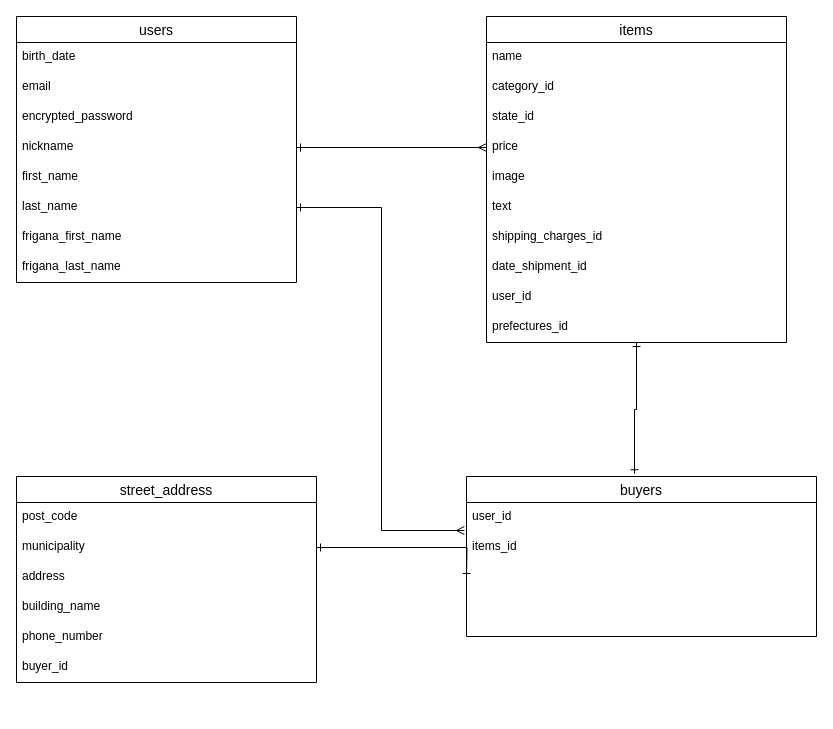
The draw.io diagram furima.dio in junkobayashi11/furima-33993, before the edit. Source tidied: cells renumbered, new cells numbered last; positions are measured from the earlier drawing's top-left corner, leaving out a move shared by most shapes. Both pictures are drawn from the tidied source at 100%, with x=0, y=0 at pixel (16, 16).
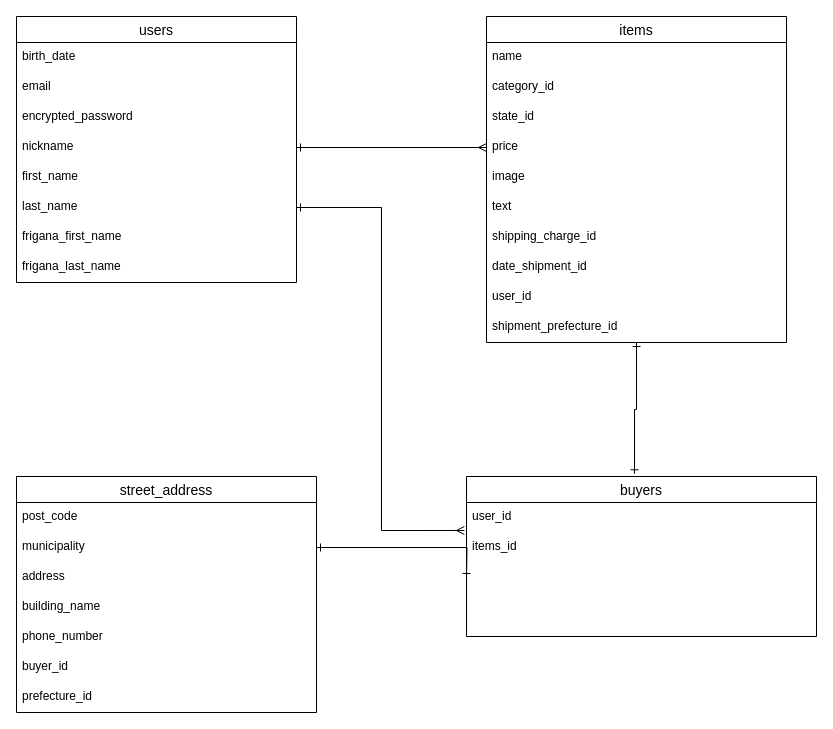
After the change.

Commit message (it also covers changes not shown here):
テーブル名を複数形に変更

The change refers to these unchanged cells:
```xml
<mxCell id="12" value="items" style="swimlane;fontStyle=0;horizontal=1;startSize=26;align=center;fontSize=14;verticalAlign=middle;" parent="1" vertex="1">
  <mxGeometry x="470" width="300" height="326" as="geometry" />
</mxCell>
```

What changed in the source:
```diff
@@
-    <mxCell id="19" value="shipping_charges_id" style="text;strokeColor=none;fillColor=none;spacingLeft=4;spacingRight=4;overflow=hidden;fontSize=12;" parent="12" vertex="1">
+    <mxCell id="19" value="shipping_charge_id" style="text;strokeColor=none;fillColor=none;spacingLeft=4;spacingRight=4;overflow=hidden;fontSize=12;" parent="12" vertex="1">
       <mxGeometry y="206" width="300" height="30" as="geometry" />
     </mxCell>
@@
-    <mxCell id="22" value="prefectures_id" style="text;strokeColor=none;fillColor=none;spacingLeft=4;spacingRight=4;overflow=hidden;fontSize=12;" parent="12" vertex="1">
+    <mxCell id="22" value="shipment_prefecture_id" style="text;strokeColor=none;fillColor=none;spacingLeft=4;spacingRight=4;overflow=hidden;fontSize=12;" parent="12" vertex="1">
       <mxGeometry y="296" width="300" height="30" as="geometry" />
     </mxCell>
     <mxCell id="23" value="street_address" style="swimlane;fontStyle=0;horizontal=1;startSize=26;align=center;fontSize=14;" parent="1" vertex="1">
-      <mxGeometry y="460" width="300" height="206" as="geometry" />
+      <mxGeometry y="460" width="300" height="236" as="geometry" />
     </mxCell>
@@
+    <mxCell id="36" value="prefecture_id" style="text;strokeColor=none;fillColor=none;spacingLeft=4;spacingRight=4;overflow=hidden;fontSize=12;" parent="23" vertex="1">
+      <mxGeometry y="206" width="300" height="30" as="geometry" />
+    </mxCell>
```
